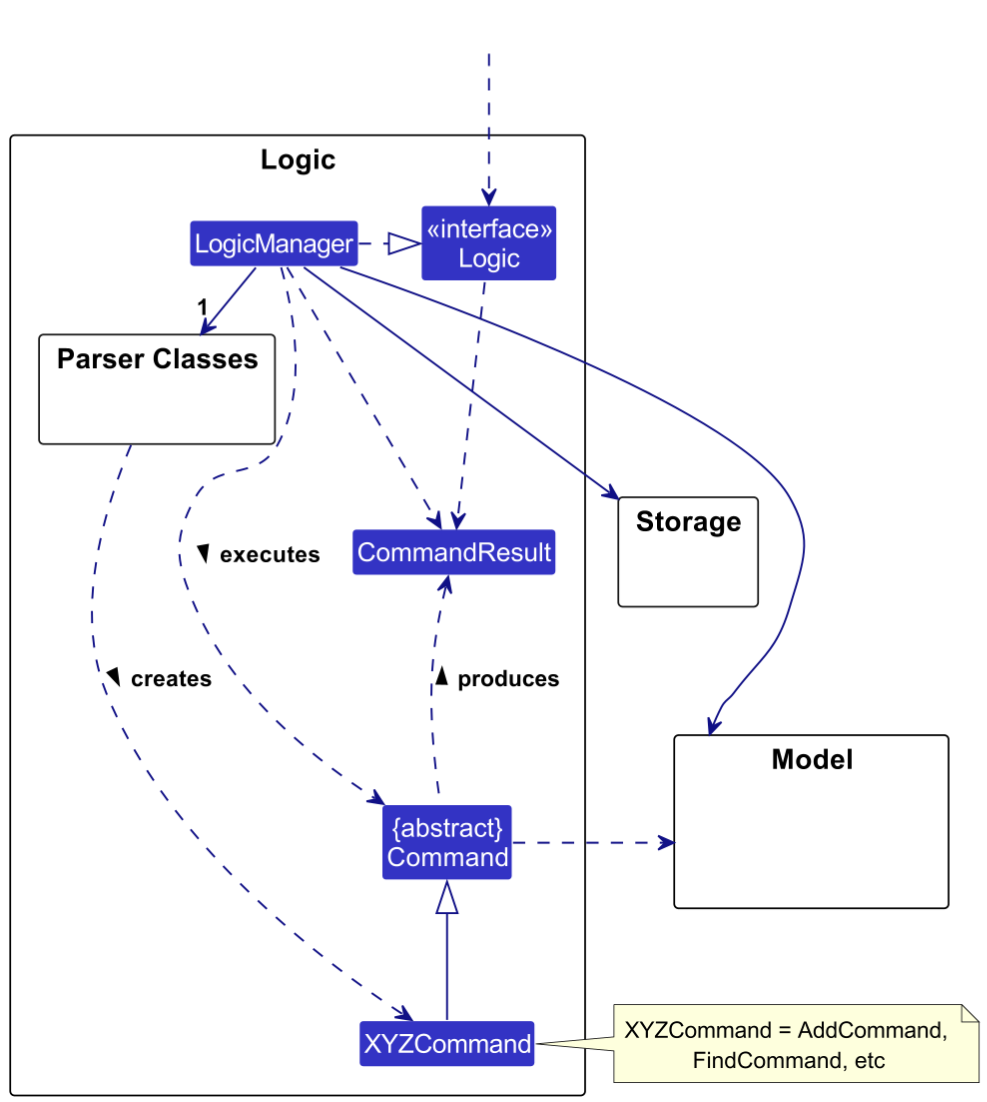
Above: docs/images/LogicClassDiagram.png in reetmitra/tp (PlantUML), before the change. Its source is kept beside it as docs/diagrams/LogicClassDiagram.puml. Source of this version:
```plantuml
@startuml
!include style.puml
skinparam arrowThickness 1.1
skinparam arrowColor LOGIC_COLOR_T4
skinparam classBackgroundColor LOGIC_COLOR

package Logic as LogicPackage {


package "Parser Classes" as ParserClasses {
}
Class XYZCommand
Class CommandResult
Class "{abstract}\nCommand" as Command

Class "<<interface>>\nLogic" as Logic
Class LogicManager
}

package Model {
Class HiddenModel #FFFFFF
}

package Storage {
}

Class HiddenOutside #FFFFFF
HiddenOutside ..> Logic

LogicManager .right.|> Logic
LogicManager -right->"1" ParserClasses
ParserClasses ..> XYZCommand : creates >

XYZCommand -up-|> Command
LogicManager .down.> Command : executes >

LogicManager --> Model
LogicManager --> Storage
Storage --[hidden] Model
Command .[hidden]up.> Storage
Command .right.> Model
note right of XYZCommand: XYZCommand = AddCommand, \nFindCommand, etc

Logic ..> CommandResult
LogicManager .down.> CommandResult
Command .up.> CommandResult : produces >
@enduml
```
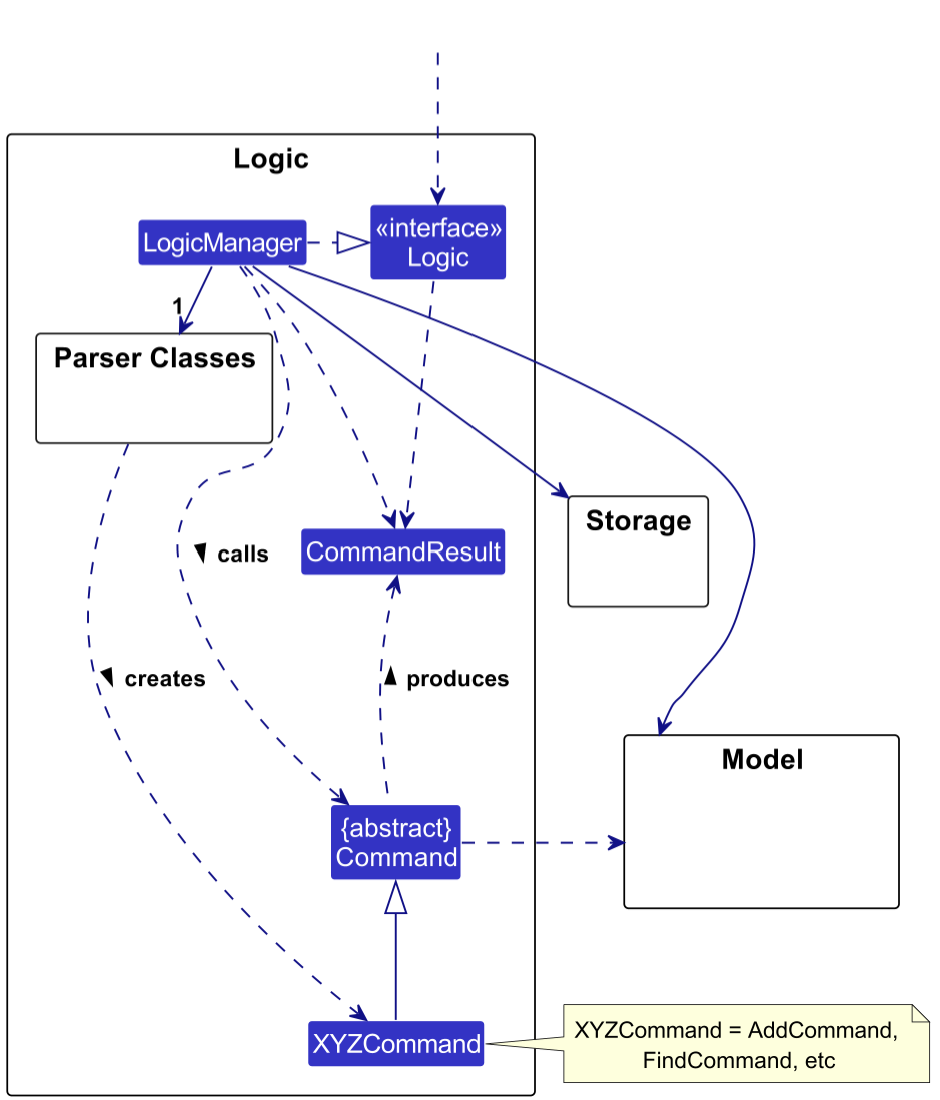
Above is the later version.

Commit message:
Change `executes` to `calls`

The edit, as a diff of the source:
```diff
@@ -32,7 +32,7 @@
 ParserClasses ..> XYZCommand : creates >
 
 XYZCommand -up-|> Command
-LogicManager .down.> Command : executes >
+LogicManager .down.> Command : calls >
 
 LogicManager --> Model
 LogicManager --> Storage
```
